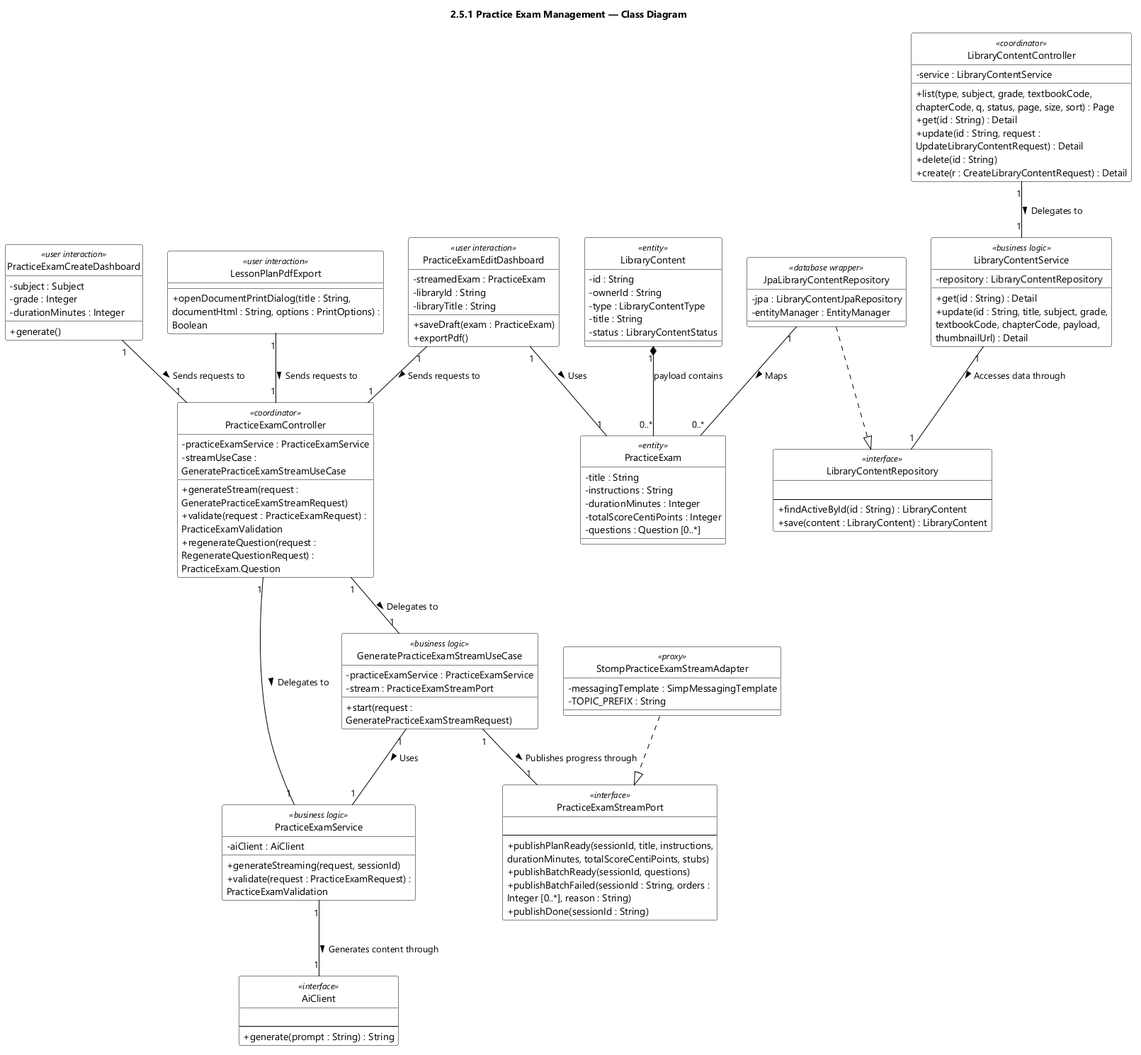
This is designs/sds-diagrams/feat05/feat05-class-diagram.png from EduA-system/EduA-system, a PlantUML export, as it was before one commit. Source of this version:
```plantuml
@startuml feat05 Practice Exam Management - Class Diagram
skinparamlocked dpi 96
skinparam defaultFontName "Segoe UI"
skinparam shadowing false
skinparam wrapWidth 320
skinparam classBackgroundColor #FFFFFF
skinparam classBorderColor #000000
skinparam ArrowColor #000000
skinparam classAttributeIconSize 0
hide circle
title 2.5.1 Practice Exam Management — Class Diagram
class PracticeExamCreateDashboard <<user interaction>> {
  - subject : Subject
  - grade : Integer
  - durationMinutes : Integer
  + generate()
}

class PracticeExamEditDashboard <<user interaction>> {
  - streamedExam : PracticeExam
  - libraryId : String
  - libraryTitle : String
  + saveDraft(exam : PracticeExam)
  + exportPdf()
}

class PracticeExamController <<coordinator>> {
  - practiceExamService : PracticeExamService
  - streamUseCase : GeneratePracticeExamStreamUseCase
  + generateStream(request : GeneratePracticeExamStreamRequest)
  + validate(request : PracticeExamRequest) : PracticeExamValidation
  + regenerateQuestion(request : RegenerateQuestionRequest) : PracticeExam.Question
}

class GeneratePracticeExamStreamUseCase <<business logic>> {
  - practiceExamService : PracticeExamService
  - stream : PracticeExamStreamPort
  + start(request : GeneratePracticeExamStreamRequest)
}

class PracticeExamService <<business logic>> {
  - aiClient : AiClient
  + generateStreaming(request, sessionId)
  + validate(request : PracticeExamRequest) : PracticeExamValidation
}

class AiClient <<interface>> {
  {field}
  --
  + generate(prompt : String) : String
}

class PracticeExamStreamPort <<interface>> {
  {field}
  --
  + publishPlanReady(sessionId, title, instructions, durationMinutes, totalScoreCentiPoints, stubs)
  + publishBatchReady(sessionId, questions)
  + publishBatchFailed(sessionId : String, orders : Integer [0..*], reason : String)
  + publishDone(sessionId : String)
}

class LibraryContentController <<coordinator>> {
  - service : LibraryContentService
  + list(type, subject, grade, textbookCode, chapterCode, q, status, page, size, sort) : Page
  + get(id : String) : Detail
  + update(id : String, request : UpdateLibraryContentRequest) : Detail
  + delete(id : String)
  + create(r : CreateLibraryContentRequest) : Detail
}

class LibraryContentService <<business logic>> {
  - repository : LibraryContentRepository
  + get(id : String) : Detail
  + update(id : String, title, subject, grade, textbookCode, chapterCode, payload, thumbnailUrl) : Detail
}

class LibraryContentRepository <<interface>> {
  {field}
  --
  + findActiveById(id : String) : LibraryContent
  + save(content : LibraryContent) : LibraryContent
}

class LessonPlanPdfExport <<user interaction>> {
  + openDocumentPrintDialog(title : String, documentHtml : String, options : PrintOptions) : Boolean
}

class StompPracticeExamStreamAdapter <<proxy>> {
  - messagingTemplate : SimpMessagingTemplate
  - TOPIC_PREFIX : String
}

class JpaLibraryContentRepository <<database wrapper>> {
  - jpa : LibraryContentJpaRepository
  - entityManager : EntityManager
}

class PracticeExam <<entity>> {
  - title : String
  - instructions : String
  - durationMinutes : Integer
  - totalScoreCentiPoints : Integer
  - questions : Question [0..*]
}

class LibraryContent <<entity>> {
  - id : String
  - ownerId : String
  - type : LibraryContentType
  - title : String
  - status : LibraryContentStatus
}

PracticeExamEditDashboard "1" -- "1" PracticeExam : Uses >
PracticeExamController "1" -- "1" PracticeExamService : Delegates to >
PracticeExamController "1" -- "1" GeneratePracticeExamStreamUseCase : Delegates to >
GeneratePracticeExamStreamUseCase "1" -- "1" PracticeExamService : Uses >
GeneratePracticeExamStreamUseCase "1" -- "1" PracticeExamStreamPort : Publishes progress through >
PracticeExamService "1" -- "1" AiClient : Generates content through >
LibraryContentController "1" -- "1" LibraryContentService : Delegates to >
LibraryContentService "1" -- "1" LibraryContentRepository : Accesses data through >
PracticeExamCreateDashboard "1" -- "1" PracticeExamController : Sends requests to >
PracticeExamEditDashboard "1" -- "1" PracticeExamController : Sends requests to >
LessonPlanPdfExport "1" -- "1" PracticeExamController : Sends requests to >
JpaLibraryContentRepository ..|> LibraryContentRepository
StompPracticeExamStreamAdapter ..|> PracticeExamStreamPort
LibraryContent "1" *-- "0..*" PracticeExam : payload contains
JpaLibraryContentRepository "1" -- "0..*" PracticeExam : Maps >

@enduml
```
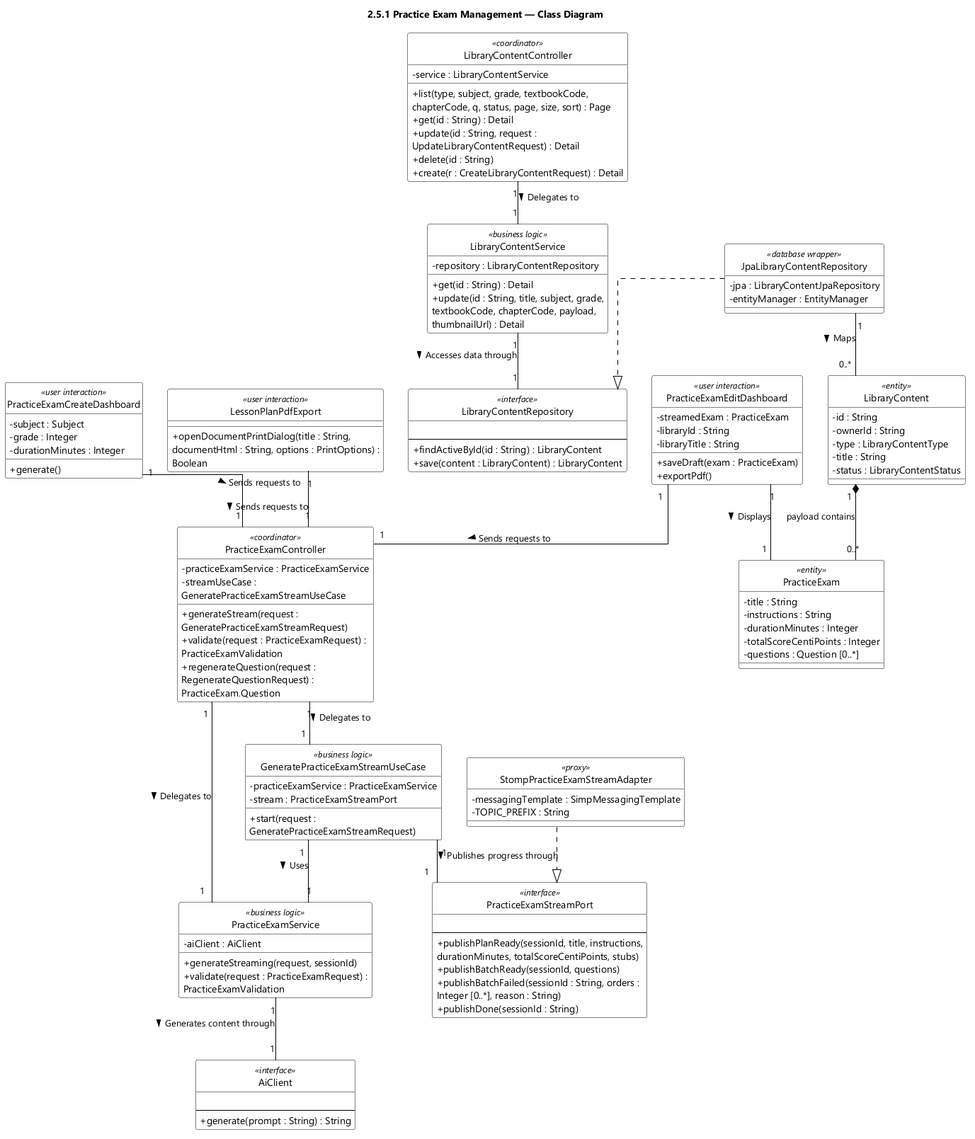
After the commit.

The edit, as a diff of the source:
```diff
@@ -7,6 +7,7 @@
 skinparam classBorderColor #000000
 skinparam ArrowColor #000000
 skinparam classAttributeIconSize 0
+skinparam linetype ortho
 hide circle
 title 2.5.1 Practice Exam Management — Class Diagram
 class PracticeExamCreateDashboard <<user interaction>> {
@@ -111,7 +112,7 @@
   - status : LibraryContentStatus
 }
 
-PracticeExamEditDashboard "1" -- "1" PracticeExam : Uses >
+PracticeExamEditDashboard "1" -- "1" PracticeExam : Displays >
 PracticeExamController "1" -- "1" PracticeExamService : Delegates to >
 PracticeExamController "1" -- "1" GeneratePracticeExamStreamUseCase : Delegates to >
 GeneratePracticeExamStreamUseCase "1" -- "1" PracticeExamService : Uses >
@@ -125,6 +126,6 @@
 JpaLibraryContentRepository ..|> LibraryContentRepository
 StompPracticeExamStreamAdapter ..|> PracticeExamStreamPort
 LibraryContent "1" *-- "0..*" PracticeExam : payload contains
-JpaLibraryContentRepository "1" -- "0..*" PracticeExam : Maps >
+JpaLibraryContentRepository "1" -- "0..*" LibraryContent : Maps >
 
 @enduml
```
